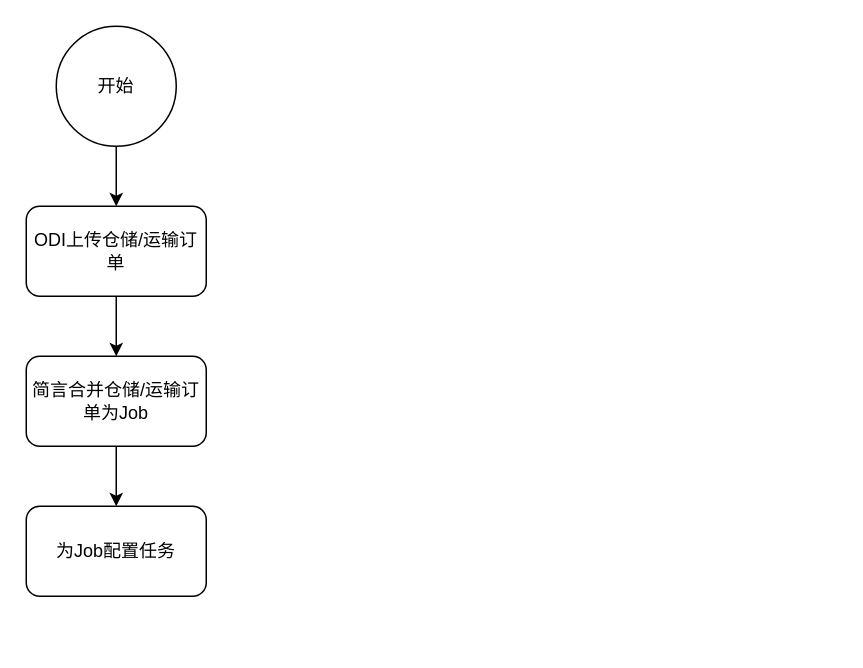
The draw.io diagram 简言业务流程图.drawio in FrankKirin/PM_works, before the edit. Source tidied: cells renumbered, new cells numbered last; positions are measured from the earlier drawing's top-left corner, leaving out a move shared by most shapes. Both pictures are drawn from the tidied source at 150%, with x=0, y=0 at pixel (26, 26).
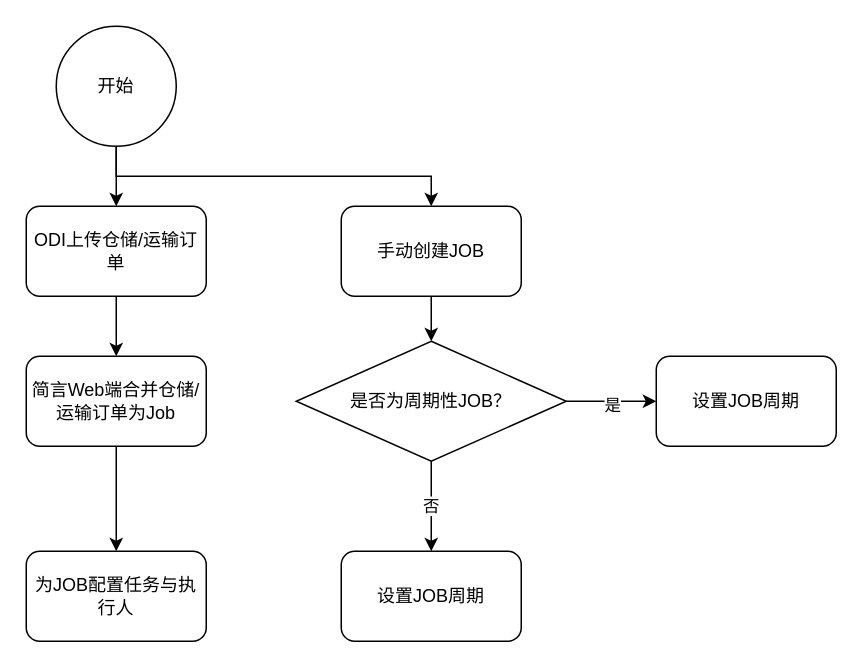
The same diagram, later.

Commit message:
Update 简言业务流程图.drawio

Diff of the diagram source:
```diff
@@
 <mxGraphModel>
   <root>
     <mxCell id="0" />
     <mxCell id="1" parent="0" />
     <mxCell id="2" style="edgeStyle=orthogonalEdgeStyle;rounded=0;jettySize=auto;html=1;exitX=0.5;exitY=1;exitDx=0;exitDy=0;entryX=0.5;entryY=0;entryDx=0;entryDy=0;" parent="1" edge="1" source="3" target="5">
       <mxGeometry relative="1" as="geometry" />
     </mxCell>
+    <mxCell id="9" style="edgeStyle=orthogonalEdgeStyle;rounded=0;jettySize=auto;html=1;exitX=0.5;exitY=1;exitDx=0;exitDy=0;entryX=0.5;entryY=0;entryDx=0;entryDy=0;" parent="1" edge="1" source="3" target="11">
+      <mxGeometry relative="1" as="geometry" />
+    </mxCell>
     <mxCell id="3" value="开始" style="ellipse;whiteSpace=wrap;html=1;" parent="1" vertex="1">
       <mxGeometry x="20" width="80" height="80" as="geometry" />
     </mxCell>
     <mxCell id="4" style="edgeStyle=orthogonalEdgeStyle;rounded=0;jettySize=auto;html=1;exitX=0.5;exitY=1;exitDx=0;exitDy=0;entryX=0.5;entryY=0;entryDx=0;entryDy=0;" parent="1" edge="1" source="5" target="7">
       <mxGeometry relative="1" as="geometry" />
     </mxCell>
     <mxCell id="5" value="ODI上传仓储/运输订单" style="rounded=1;whiteSpace=wrap;html=1;" parent="1" vertex="1">
       <mxGeometry y="120" width="120" height="60" as="geometry" />
     </mxCell>
     <mxCell id="6" style="edgeStyle=orthogonalEdgeStyle;rounded=0;jettySize=auto;html=1;exitX=0.5;exitY=1;exitDx=0;exitDy=0;entryX=0.5;entryY=0;entryDx=0;entryDy=0;" parent="1" edge="1" source="7" target="8">
       <mxGeometry relative="1" as="geometry" />
     </mxCell>
-    <mxCell id="7" value="简言合并仓储/运输订单为Job" style="rounded=1;whiteSpace=wrap;html=1;" parent="1" vertex="1">
+    <mxCell id="7" value="简言Web端合并仓储/运输订单为Job" style="rounded=1;whiteSpace=wrap;html=1;" parent="1" vertex="1">
       <mxGeometry y="220" width="120" height="60" as="geometry" />
     </mxCell>
-    <mxCell id="8" value="为Job配置任务" style="rounded=1;whiteSpace=wrap;html=1;" parent="1" vertex="1">
-      <mxGeometry y="320" width="120" height="60" as="geometry" />
+    <mxCell id="8" value="为JOB配置任务与执行人" style="rounded=1;whiteSpace=wrap;html=1;" parent="1" vertex="1">
+      <mxGeometry y="350" width="120" height="60" as="geometry" />
     </mxCell>
+    <mxCell id="10" style="edgeStyle=orthogonalEdgeStyle;rounded=0;jettySize=auto;html=1;exitX=0.5;exitY=1;exitDx=0;exitDy=0;entryX=0.5;entryY=0;entryDx=0;entryDy=0;" parent="1" edge="1" source="11" target="15">
+      <mxGeometry relative="1" as="geometry" />
+    </mxCell>
+    <mxCell id="11" value="手动创建JOB" style="rounded=1;whiteSpace=wrap;html=1;" parent="1" vertex="1">
+      <mxGeometry x="210" y="120" width="120" height="60" as="geometry" />
+    </mxCell>
+    <mxCell id="12" style="edgeStyle=orthogonalEdgeStyle;rounded=0;jettySize=auto;html=1;exitX=1;exitY=0.5;exitDx=0;exitDy=0;entryX=0;entryY=0.5;entryDx=0;entryDy=0;" parent="1" edge="1" source="15" target="16">
+      <mxGeometry relative="1" as="geometry" />
+    </mxCell>
+    <mxCell id="13" value="是" style="edgeLabel;html=1;align=center;verticalAlign=middle;" parent="12" vertex="1">
+      <mxGeometry x="-0.01" y="-2" relative="1" as="geometry" />
+    </mxCell>
+    <mxCell id="14" value="否" style="edgeStyle=orthogonalEdgeStyle;rounded=0;jettySize=auto;html=1;exitX=0.5;exitY=1;exitDx=0;exitDy=0;" parent="1" edge="1" source="15" target="17">
+      <mxGeometry relative="1" as="geometry" />
+    </mxCell>
+    <mxCell id="15" value="是否为周期性JOB？" style="rhombus;whiteSpace=wrap;html=1;" parent="1" vertex="1">
+      <mxGeometry x="180" y="210" width="180" height="80" as="geometry" />
+    </mxCell>
+    <mxCell id="16" value="设置JOB周期" style="rounded=1;whiteSpace=wrap;html=1;" parent="1" vertex="1">
+      <mxGeometry x="420" y="220" width="120" height="60" as="geometry" />
+    </mxCell>
+    <mxCell id="17" value="设置JOB周期" style="rounded=1;whiteSpace=wrap;html=1;" parent="1" vertex="1">
+      <mxGeometry x="210" y="350" width="120" height="60" as="geometry" />
+    </mxCell>
   </root>
 </mxGraphModel>
```
